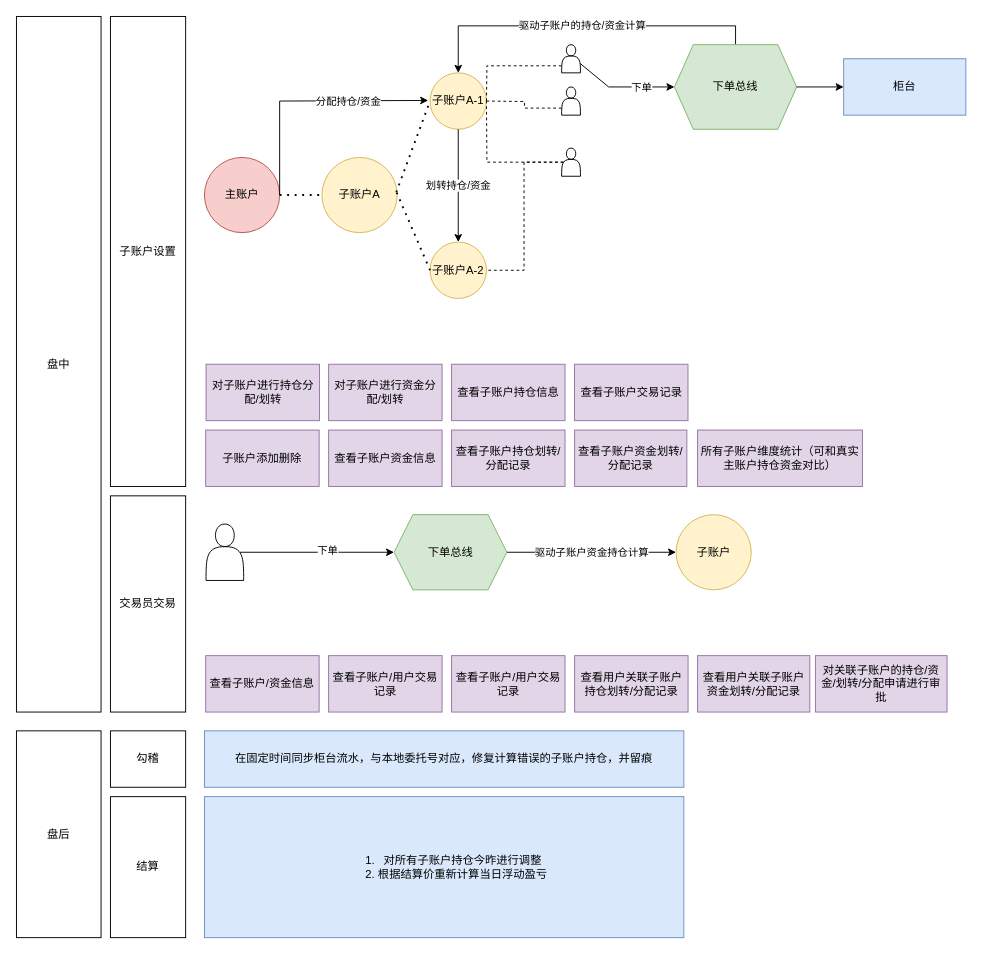
Above: Untitled Diagram.drawio in ayizhi/subaccount (draw.io), before the change. Source tidied: cells renumbered, new cells numbered last; positions are measured from the earlier drawing's top-left corner, leaving out a move shared by most shapes. Both pictures are drawn from the tidied source at 94%, with x=0, y=0 at pixel (16, 16).
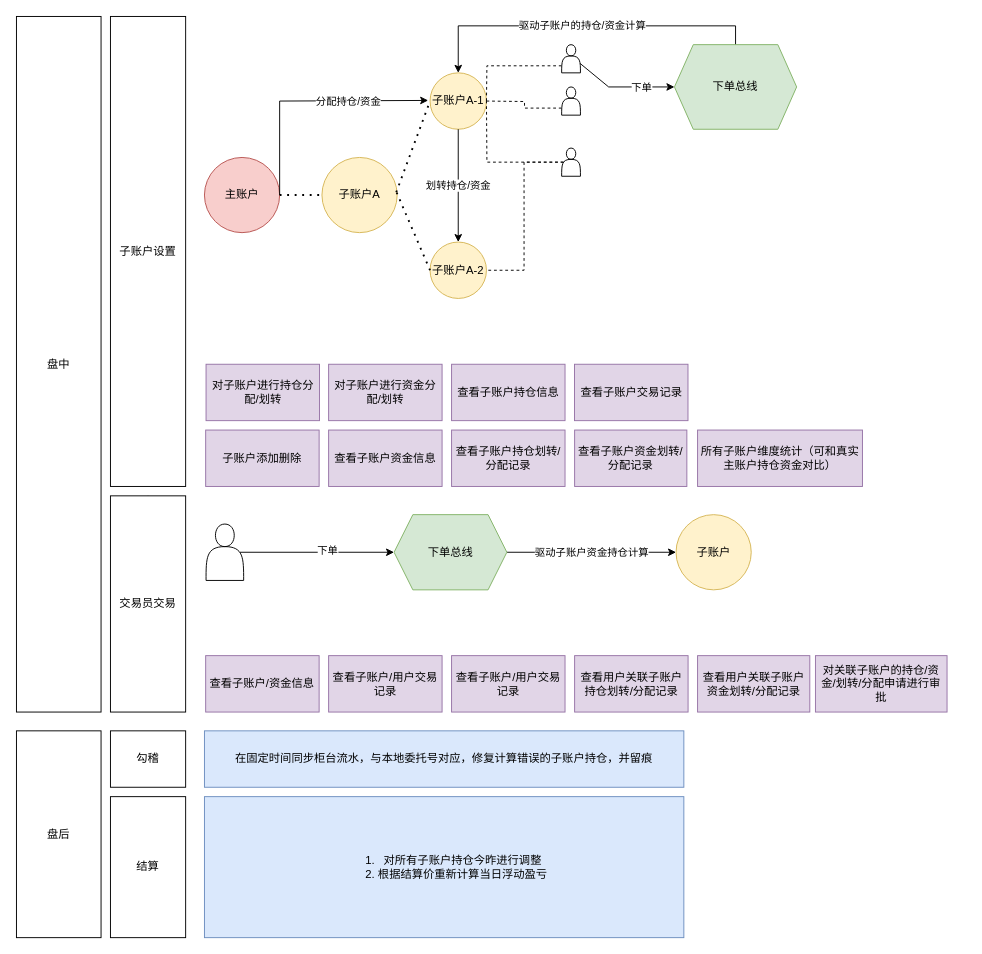
The same page after the edit.

The change refers to these unchanged cells:
```xml
<mxCell id="23" value="下单总线" style="shape=hexagon;perimeter=hexagonPerimeter2;whiteSpace=wrap;html=1;fixedSize=1;fillColor=#d5e8d4;strokeColor=#82b366;" parent="1" vertex="1">
  <mxGeometry x="700" y="30" width="130" height="90" as="geometry" />
</mxCell>
```

Diff of the diagram source:
```diff
@@
-    <mxCell id="30" value="柜台" style="rounded=0;whiteSpace=wrap;html=1;fillColor=#dae8fc;strokeColor=#6c8ebf;" parent="1" vertex="1">
-      <mxGeometry x="880" y="45" width="130" height="60" as="geometry" />
-    </mxCell>
-    <mxCell id="31" style="endArrow=classic;html=1;rounded=0;exitX=1;exitY=0.5;exitDx=0;exitDy=0;entryX=0;entryY=0.5;entryDx=0;entryDy=0;" parent="1" edge="1" source="23" target="30">
-      <mxGeometry relative="1" as="geometry" />
-    </mxCell>
```
